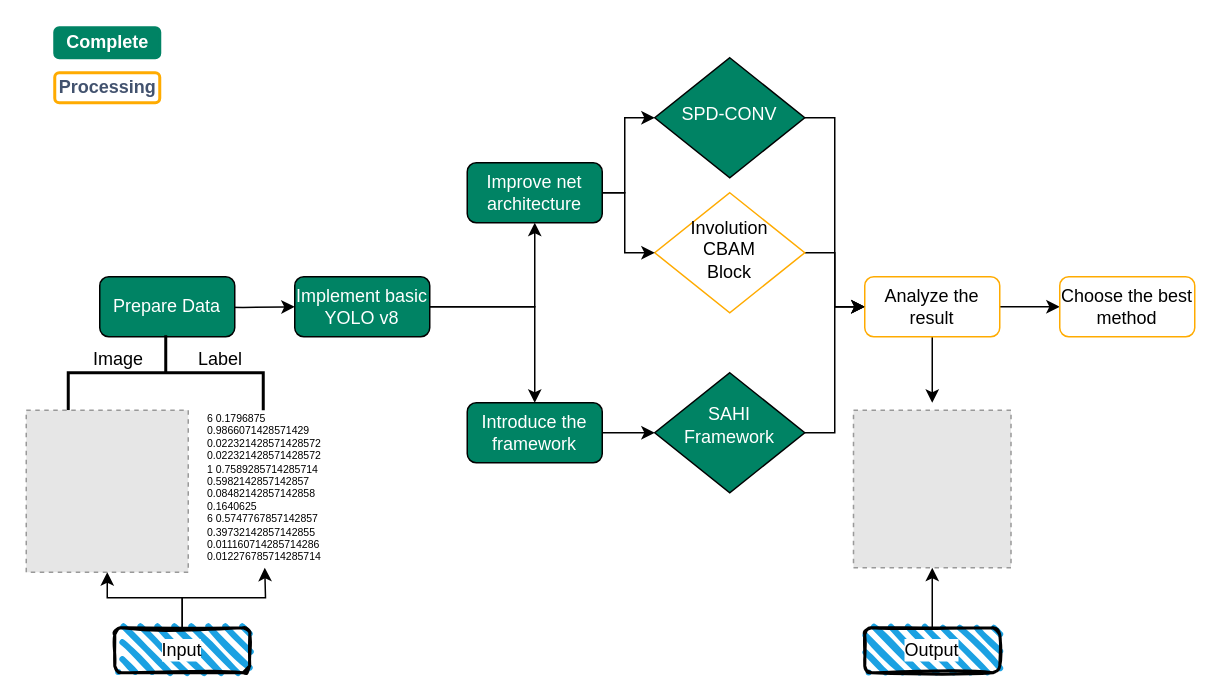
The draw.io diagram Pipeline.drawio in harry-sunhao/YOLOv8-SmallObj-Garbage, before the edit. Source tidied: cells renumbered, new cells numbered last; positions are measured from the earlier drawing's top-left corner, leaving out a move shared by most shapes. Both pictures are drawn from the tidied source at 150%, with x=0, y=0 at pixel (26, 27). Pictures stored in the file or linked from it are replaced by grey dashed boxes.
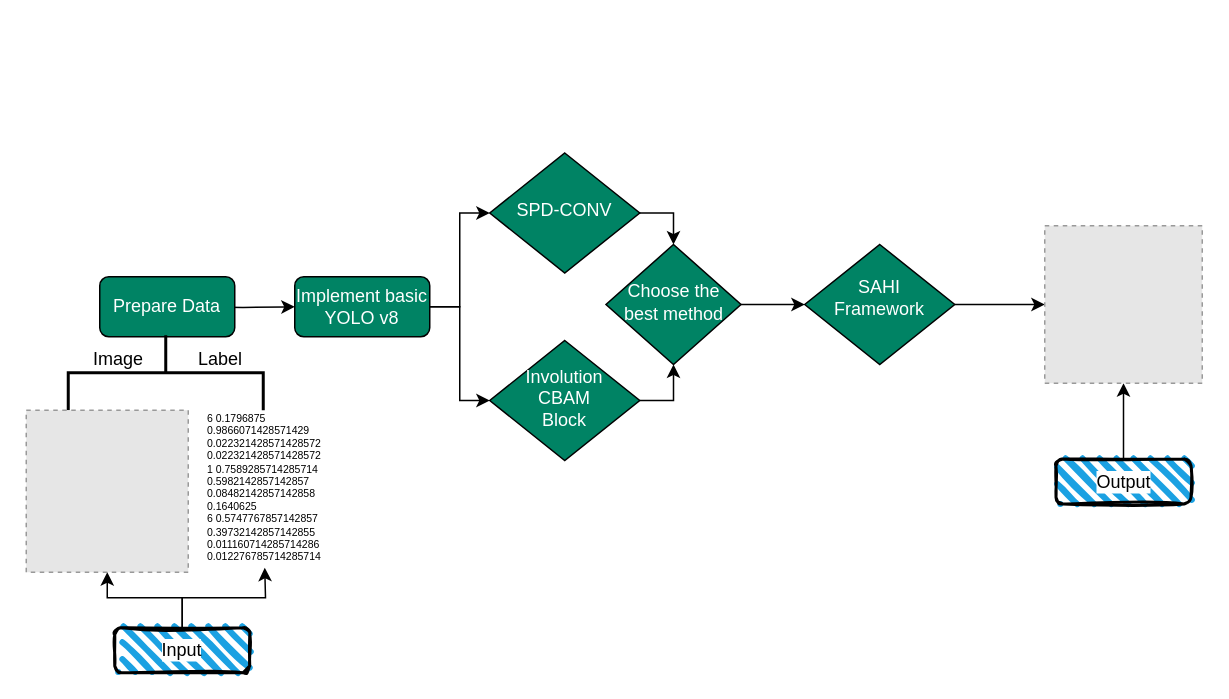
After the change.

The change refers to these unchanged cells:
```xml
<mxCell id="13" value="Implement basic YOLO v8" style="rounded=1;whiteSpace=wrap;html=1;fontSize=12;glass=0;strokeWidth=1;shadow=0;fillColor=#008364;fontColor=#FFFFFF;" parent="1" vertex="1">
  <mxGeometry x="179" y="166" width="90" height="40" as="geometry" />
</mxCell>
```

The edit, as a diff of the source:
```diff
@@
-    <mxCell id="4" style="edgeStyle=orthogonalEdgeStyle;rounded=0;jettySize=auto;html=1;entryX=0;entryY=0.5;entryDx=0;entryDy=0;" parent="1" edge="1" source="5" target="10">
-      <mxGeometry relative="1" as="geometry" />
-    </mxCell>
+    <mxCell id="35" style="edgeStyle=orthogonalEdgeStyle;rounded=0;jettySize=auto;html=1;exitX=1;exitY=0.5;exitDx=0;exitDy=0;entryX=0.5;entryY=0;entryDx=0;entryDy=0;" parent="1" edge="1" source="5" target="16">
+      <mxGeometry relative="1" as="geometry" />
+    </mxCell>
     <mxCell id="5" value="SPD-CONV" style="rhombus;whiteSpace=wrap;html=1;shadow=0;fontFamily=Helvetica;fontSize=12;align=center;strokeWidth=1;spacing=6;spacingTop=-4;verticalAlign=middle;fillColor=#008364;fontColor=#FFFFFF;" parent="1" vertex="1">
-      <mxGeometry x="419" y="20" width="100" height="80" as="geometry" />
+      <mxGeometry x="309" y="83.5" width="100" height="80" as="geometry" />
     </mxCell>
-    <mxCell id="6" style="edgeStyle=orthogonalEdgeStyle;rounded=0;jettySize=auto;html=1;exitX=1;exitY=0.5;exitDx=0;exitDy=0;entryX=0;entryY=0.5;entryDx=0;entryDy=0;" parent="1" edge="1" source="7" target="10">
-      <mxGeometry relative="1" as="geometry" />
-    </mxCell>
+    <mxCell id="36" style="edgeStyle=orthogonalEdgeStyle;rounded=0;jettySize=auto;html=1;exitX=1;exitY=0.5;exitDx=0;exitDy=0;entryX=0.5;entryY=1;entryDx=0;entryDy=0;" parent="1" edge="1" source="7" target="16">
+      <mxGeometry relative="1" as="geometry" />
+    </mxCell>
-    <mxCell id="7" value="&lt;div style=&quot;border-color: var(--border-color);&quot;&gt;Involution&lt;/div&gt;&lt;div style=&quot;border-color: var(--border-color);&quot;&gt;CBAM&lt;/div&gt;&lt;span style=&quot;background-color: initial;&quot;&gt;Block&lt;/span&gt;" style="rhombus;whiteSpace=wrap;html=1;shadow=0;fontFamily=Helvetica;fontSize=12;align=center;strokeWidth=1;spacing=6;spacingTop=-4;verticalAlign=middle;fillColor=default;strokeColor=#FFAB00;" parent="1" vertex="1">
-      <mxGeometry x="419" y="110" width="100" height="80" as="geometry" />
+    <mxCell id="7" value="&lt;div style=&quot;border-color: var(--border-color);&quot;&gt;Involution&lt;/div&gt;&lt;div style=&quot;border-color: var(--border-color);&quot;&gt;CBAM&lt;/div&gt;&lt;span style=&quot;background-color: initial;&quot;&gt;Block&lt;/span&gt;" style="rhombus;whiteSpace=wrap;html=1;shadow=0;fontFamily=Helvetica;fontSize=12;align=center;strokeWidth=1;spacing=6;spacingTop=-4;verticalAlign=middle;fillColor=#008364;fontColor=#FFFFFF;" parent="1" vertex="1">
+      <mxGeometry x="309" y="208.5" width="100" height="80" as="geometry" />
     </mxCell>
-    <mxCell id="8" style="edgeStyle=orthogonalEdgeStyle;rounded=0;jettySize=auto;html=1;exitX=1;exitY=0.5;exitDx=0;exitDy=0;" parent="1" edge="1" source="10" target="16">
-      <mxGeometry relative="1" as="geometry" />
-    </mxCell>
-    <mxCell id="9" style="edgeStyle=orthogonalEdgeStyle;rounded=0;jettySize=auto;html=1;exitX=0.5;exitY=1;exitDx=0;exitDy=0;" parent="1" edge="1" source="10">
-      <mxGeometry relative="1" as="geometry">
-        <mxPoint x="604" y="250" as="targetPoint" />
-      </mxGeometry>
-    </mxCell>
-    <mxCell id="10" value="Analyze the result" style="rounded=1;whiteSpace=wrap;html=1;fontSize=12;glass=0;strokeWidth=1;shadow=0;rotation=0;fillColor=default;strokeColor=#FFAB00;" parent="1" vertex="1">
-      <mxGeometry x="559" y="166" width="90" height="40" as="geometry" />
-    </mxCell>
-    <mxCell id="11" style="edgeStyle=orthogonalEdgeStyle;rounded=0;jettySize=auto;html=1;entryX=0.5;entryY=1;entryDx=0;entryDy=0;" parent="1" edge="1" source="13" target="19">
-      <mxGeometry relative="1" as="geometry" />
-    </mxCell>
-    <mxCell id="12" style="edgeStyle=orthogonalEdgeStyle;rounded=0;jettySize=auto;html=1;" parent="1" edge="1" source="13" target="21">
-      <mxGeometry relative="1" as="geometry" />
-    </mxCell>
+    <mxCell id="37" style="edgeStyle=orthogonalEdgeStyle;rounded=0;jettySize=auto;html=1;entryX=0;entryY=0.5;entryDx=0;entryDy=0;" parent="1" edge="1" source="13" target="5">
+      <mxGeometry relative="1" as="geometry" />
+    </mxCell>
+    <mxCell id="38" style="edgeStyle=orthogonalEdgeStyle;rounded=0;jettySize=auto;html=1;exitX=1;exitY=0.5;exitDx=0;exitDy=0;entryX=0;entryY=0.5;entryDx=0;entryDy=0;" parent="1" edge="1" source="13" target="7">
+      <mxGeometry relative="1" as="geometry" />
+    </mxCell>
@@
-    <mxCell id="14" style="edgeStyle=orthogonalEdgeStyle;rounded=0;jettySize=auto;html=1;entryX=0;entryY=0.5;entryDx=0;entryDy=0;" parent="1" edge="1" source="15" target="10">
-      <mxGeometry relative="1" as="geometry" />
-    </mxCell>
+    <mxCell id="39" style="edgeStyle=orthogonalEdgeStyle;rounded=0;jettySize=auto;html=1;exitX=1;exitY=0.5;exitDx=0;exitDy=0;entryX=0;entryY=0.5;entryDx=0;entryDy=0;" parent="1" edge="1" source="15" target="34">
+      <mxGeometry relative="1" as="geometry" />
+    </mxCell>
     <mxCell id="15" value="&lt;font color=&quot;#ffffff&quot;&gt;&lt;br&gt;&lt;span style=&quot;font-family: Helvetica; font-size: 12px; font-style: normal; font-variant-ligatures: normal; font-variant-caps: normal; font-weight: 400; letter-spacing: normal; orphans: 2; text-align: center; text-indent: 0px; text-transform: none; widows: 2; word-spacing: 0px; -webkit-text-stroke-width: 0px; text-decoration-thickness: initial; text-decoration-style: initial; text-decoration-color: initial; float: none; display: inline !important;&quot;&gt;SAHI Framework&lt;/span&gt;&lt;br&gt;&lt;/font&gt;" style="rhombus;whiteSpace=wrap;html=1;shadow=0;fontFamily=Helvetica;fontSize=12;align=center;strokeWidth=1;spacing=6;spacingTop=-4;verticalAlign=top;fillColor=#008364;" parent="1" vertex="1">
-      <mxGeometry x="419" y="230" width="100" height="80" as="geometry" />
+      <mxGeometry x="519" y="144.5" width="100" height="80" as="geometry" />
     </mxCell>
+    <mxCell id="40" style="edgeStyle=orthogonalEdgeStyle;rounded=0;jettySize=auto;html=1;exitX=1;exitY=0.5;exitDx=0;exitDy=0;entryX=0;entryY=0.5;entryDx=0;entryDy=0;" parent="1" edge="1" source="16" target="15">
+      <mxGeometry relative="1" as="geometry" />
+    </mxCell>
-    <mxCell id="16" value="Choose the best method" style="rounded=1;whiteSpace=wrap;html=1;fontSize=12;glass=0;strokeWidth=1;shadow=0;rotation=0;fillColor=default;strokeColor=#FFAB00;" parent="1" vertex="1">
-      <mxGeometry x="689" y="166" width="90" height="40" as="geometry" />
+    <mxCell id="16" value="Choose the best method" style="rhombus;whiteSpace=wrap;html=1;shadow=0;fontFamily=Helvetica;fontSize=12;align=center;strokeWidth=1;spacing=6;spacingTop=-4;verticalAlign=middle;fillColor=#008364;fontColor=#FFFFFF;" parent="1" vertex="1">
+      <mxGeometry x="386.5" y="144.5" width="90" height="80" as="geometry" />
     </mxCell>
-    <mxCell id="17" style="edgeStyle=orthogonalEdgeStyle;rounded=0;jettySize=auto;html=1;exitX=1;exitY=0.5;exitDx=0;exitDy=0;" parent="1" edge="1" source="19" target="5">
-      <mxGeometry relative="1" as="geometry">
-        <Array as="points">
-          <mxPoint x="399" y="110" />
-          <mxPoint x="399" y="60" />
-        </Array>
-      </mxGeometry>
-    </mxCell>
-    <mxCell id="18" style="edgeStyle=orthogonalEdgeStyle;rounded=0;jettySize=auto;html=1;exitX=1;exitY=0.5;exitDx=0;exitDy=0;entryX=0;entryY=0.5;entryDx=0;entryDy=0;" parent="1" edge="1" source="19" target="7">
-      <mxGeometry relative="1" as="geometry">
-        <Array as="points">
-          <mxPoint x="399" y="110" />
-          <mxPoint x="399" y="150" />
-        </Array>
-      </mxGeometry>
-    </mxCell>
-    <mxCell id="19" value="Improve net architecture" style="rounded=1;whiteSpace=wrap;html=1;fontSize=12;glass=0;strokeWidth=1;shadow=0;fillColor=#008364;fontColor=#FFFFFF;" parent="1" vertex="1">
-      <mxGeometry x="294" y="90" width="90" height="40" as="geometry" />
-    </mxCell>
-    <mxCell id="20" style="edgeStyle=orthogonalEdgeStyle;rounded=0;jettySize=auto;html=1;entryX=0;entryY=0.5;entryDx=0;entryDy=0;" parent="1" edge="1" source="21" target="15">
-      <mxGeometry relative="1" as="geometry">
-        <Array as="points">
-          <mxPoint x="419" y="270" />
-        </Array>
-      </mxGeometry>
-    </mxCell>
-    <mxCell id="21" value="Introduce the framework" style="rounded=1;whiteSpace=wrap;html=1;fontSize=12;glass=0;strokeWidth=1;shadow=0;fillColor=#008364;fontColor=#FFFFFF;" parent="1" vertex="1">
-      <mxGeometry x="294" y="250" width="90" height="40" as="geometry" />
-    </mxCell>
-    <mxCell id="22" value="Complete" style="dashed=0;html=1;rounded=1;fillColor=#008364;strokeColor=#008364;fontSize=12;align=center;fontStyle=1;strokeWidth=2;fontColor=#ffffff;" parent="1" vertex="1">
-      <mxGeometry x="19" width="70" height="20" as="geometry" />
-    </mxCell>
-    <mxCell id="23" value="Processing" style="dashed=0;html=1;rounded=1;strokeColor=#FFAB00;fontSize=12;align=center;fontStyle=1;strokeWidth=2;fontColor=#42526E;" parent="1" vertex="1">
-      <mxGeometry x="19" y="30" width="70" height="20" as="geometry" />
-    </mxCell>
@@
     <mxCell id="33" value="Output" style="rounded=1;whiteSpace=wrap;html=1;strokeWidth=2;fillWeight=4;hachureGap=8;hachureAngle=45;fillColor=#1ba1e2;sketch=1;labelBackgroundColor=default;" parent="1" vertex="1">
-      <mxGeometry x="559" y="400" width="90" height="30" as="geometry" />
+      <mxGeometry x="686.5" y="287.5" width="90" height="30" as="geometry" />
     </mxCell>
     <mxCell id="34" style="fillColor=#E6E6E6;strokeColor=#999999;dashed=1;verticalLabelPosition=bottom;labelBackgroundColor=default;verticalAlign=top;" parent="1" vertex="1">
-      <mxGeometry x="551.5" y="255" width="105" height="105" as="geometry" />
+      <mxGeometry x="679" y="132" width="105" height="105" as="geometry" />
     </mxCell>
```
